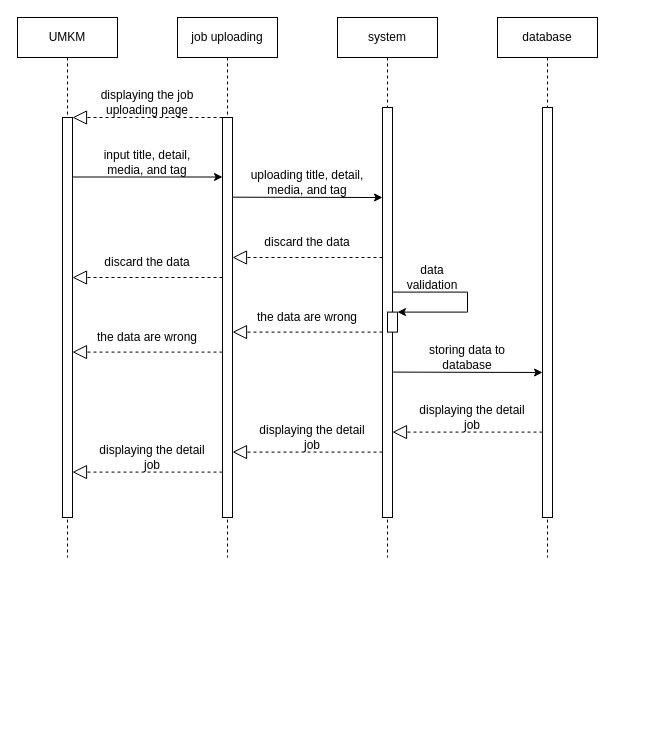
This is page "UML (Sequence: Job Uploading)" (1 of 7) of uml-diagram.drawio from isalzufari/sayembaara, a draw.io file, before an edit. Source tidied: cells renumbered, new cells numbered last; positions are measured from the earlier drawing's top-left corner, leaving out a move shared by most shapes. Both pictures are drawn from the tidied source at 100%, with x=0, y=0 at pixel (17, 17).
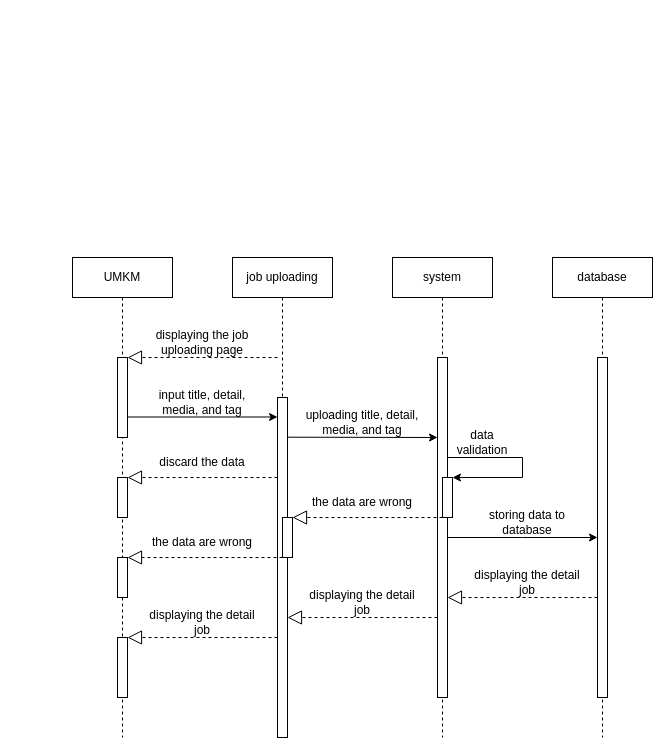
Above is the later version.

What changed in the source:
```diff
@@
     <mxCell id="2" value="system" style="shape=umlLifeline;perimeter=lifelinePerimeter;whiteSpace=wrap;html=1;newEdgeStyle={&quot;edgeStyle&quot;:&quot;elbowEdgeStyle&quot;,&quot;elbow&quot;:&quot;vertical&quot;,&quot;curved&quot;:0,&quot;rounded&quot;:0};" parent="1" vertex="1">
-      <mxGeometry x="320" width="100" height="540" as="geometry" />
+      <mxGeometry x="375" y="240" width="100" height="480" as="geometry" />
     </mxCell>
     <mxCell id="3" value="job uploading" style="shape=umlLifeline;perimeter=lifelinePerimeter;whiteSpace=wrap;html=1;newEdgeStyle={&quot;edgeStyle&quot;:&quot;elbowEdgeStyle&quot;,&quot;elbow&quot;:&quot;vertical&quot;,&quot;curved&quot;:0,&quot;rounded&quot;:0};" parent="1" vertex="1">
-      <mxGeometry x="160" width="100" height="540" as="geometry" />
+      <mxGeometry x="215" y="240" width="100" height="480" as="geometry" />
     </mxCell>
+    <mxCell id="35" style="html=1;perimeter=orthogonalPerimeter;targetShapes=umlLifeline;newEdgeStyle={&quot;edgeStyle&quot;:&quot;elbowEdgeStyle&quot;,&quot;elbow&quot;:&quot;vertical&quot;,&quot;curved&quot;:0,&quot;rounded&quot;:0};" parent="3" vertex="1">
+      <mxGeometry x="45" y="140" width="10" height="340" as="geometry" />
+    </mxCell>
+    <mxCell id="36" style="html=1;points=[];perimeter=orthogonalPerimeter;outlineConnect=0;targetShapes=umlLifeline;portConstraint=eastwest;newEdgeStyle={&quot;edgeStyle&quot;:&quot;elbowEdgeStyle&quot;,&quot;elbow&quot;:&quot;vertical&quot;,&quot;curved&quot;:0,&quot;rounded&quot;:0};" parent="3" vertex="1">
+      <mxGeometry x="50" y="260" width="10" height="40" as="geometry" />
+    </mxCell>
     <mxCell id="4" value="database" style="shape=umlLifeline;perimeter=lifelinePerimeter;whiteSpace=wrap;html=1;newEdgeStyle={&quot;edgeStyle&quot;:&quot;elbowEdgeStyle&quot;,&quot;elbow&quot;:&quot;vertical&quot;,&quot;curved&quot;:0,&quot;rounded&quot;:0};" parent="1" vertex="1">
-      <mxGeometry x="480" width="100" height="540" as="geometry" />
+      <mxGeometry x="535" y="240" width="100" height="480" as="geometry" />
     </mxCell>
     <mxCell id="5" value="displaying the job uploading page" style="text;html=1;strokeColor=none;fillColor=none;align=center;verticalAlign=middle;whiteSpace=wrap;rounded=0;" parent="1" vertex="1">
-      <mxGeometry x="70" y="70" width="120" height="30" as="geometry" />
+      <mxGeometry x="125" y="310" width="120" height="30" as="geometry" />
     </mxCell>
     <mxCell id="6" value="UMKM" style="shape=umlLifeline;perimeter=lifelinePerimeter;whiteSpace=wrap;html=1;newEdgeStyle={&quot;edgeStyle&quot;:&quot;elbowEdgeStyle&quot;,&quot;elbow&quot;:&quot;vertical&quot;,&quot;curved&quot;:0,&quot;rounded&quot;:0};" parent="1" vertex="1">
-      <mxGeometry width="100" height="540" as="geometry" />
+      <mxGeometry x="55" y="240" width="100" height="480" as="geometry" />
     </mxCell>
-    <mxCell id="7" style="html=1;perimeter=orthogonalPerimeter;targetShapes=umlLifeline;newEdgeStyle={&quot;edgeStyle&quot;:&quot;elbowEdgeStyle&quot;,&quot;elbow&quot;:&quot;vertical&quot;,&quot;curved&quot;:0,&quot;rounded&quot;:0};" parent="6" vertex="1">
-      <mxGeometry x="45" y="100" width="10" height="400" as="geometry" />
-    </mxCell>
     <mxCell id="8" style="endArrow=classic;html=1;rounded=0;" parent="1" edge="1">
       <mxGeometry relative="1" as="geometry">
-        <mxPoint x="55" y="159.5" as="sourcePoint" />
-        <mxPoint x="205" y="159.5" as="targetPoint" />
+        <mxPoint x="110" y="399.5" as="sourcePoint" />
+        <mxPoint x="260" y="399.5" as="targetPoint" />
       </mxGeometry>
     </mxCell>
     <mxCell id="9" value="input title, detail, media, and tag" style="text;html=1;strokeColor=none;fillColor=none;align=center;verticalAlign=middle;whiteSpace=wrap;rounded=0;" parent="1" vertex="1">
-      <mxGeometry x="70" y="129.5" width="120" height="30" as="geometry" />
+      <mxGeometry x="125" y="369.5" width="120" height="30" as="geometry" />
     </mxCell>
     <mxCell id="10" value="uploading title, detail, media, and tag" style="text;html=1;strokeColor=none;fillColor=none;align=center;verticalAlign=middle;whiteSpace=wrap;rounded=0;" parent="1" vertex="1">
-      <mxGeometry x="230" y="149.7" width="120" height="30" as="geometry" />
+      <mxGeometry x="285" y="389.7" width="120" height="30" as="geometry" />
     </mxCell>
     <mxCell id="11" style="edgeStyle=elbowEdgeStyle;rounded=0;orthogonalLoop=1;jettySize=auto;html=1;elbow=vertical;curved=0;" parent="1" edge="1">
       <mxGeometry relative="1" as="geometry">
-        <mxPoint x="215" y="179.7" as="sourcePoint" />
-        <mxPoint x="365" y="179.7" as="targetPoint" />
+        <mxPoint x="270" y="419.7" as="sourcePoint" />
+        <mxPoint x="420" y="419.7" as="targetPoint" />
       </mxGeometry>
     </mxCell>
     <mxCell id="12" style="html=1;perimeter=orthogonalPerimeter;targetShapes=umlLifeline;newEdgeStyle={&quot;edgeStyle&quot;:&quot;elbowEdgeStyle&quot;,&quot;elbow&quot;:&quot;vertical&quot;,&quot;curved&quot;:0,&quot;rounded&quot;:0};" parent="1" vertex="1">
-      <mxGeometry x="365" y="90" width="10" height="410" as="geometry" />
+      <mxGeometry x="420" y="340" width="10" height="340" as="geometry" />
     </mxCell>
-    <mxCell id="13" style="html=1;perimeter=orthogonalPerimeter;targetShapes=umlLifeline;newEdgeStyle={&quot;edgeStyle&quot;:&quot;elbowEdgeStyle&quot;,&quot;elbow&quot;:&quot;vertical&quot;,&quot;curved&quot;:0,&quot;rounded&quot;:0};" parent="1" vertex="1">
-      <mxGeometry x="205" y="100" width="10" height="400" as="geometry" />
-    </mxCell>
     <mxCell id="14" style="html=1;points=[];perimeter=orthogonalPerimeter;outlineConnect=0;targetShapes=umlLifeline;portConstraint=eastwest;newEdgeStyle={&quot;edgeStyle&quot;:&quot;elbowEdgeStyle&quot;,&quot;elbow&quot;:&quot;vertical&quot;,&quot;curved&quot;:0,&quot;rounded&quot;:0};" parent="1" vertex="1">
-      <mxGeometry x="370" y="294.6" width="10" height="20" as="geometry" />
+      <mxGeometry x="425" y="460" width="10" height="40" as="geometry" />
     </mxCell>
-    <mxCell id="15" style="edgeStyle=orthogonalEdgeStyle;rounded=0;jettySize=auto;html=1;elbow=vertical;" parent="1" edge="1" target="14">
-      <mxGeometry relative="1" as="geometry">
-        <mxPoint x="375" y="254.5" as="sourcePoint" />
-        <Array as="points">
-          <mxPoint x="375" y="274.6" />
-          <mxPoint x="450" y="274.6" />
-          <mxPoint x="450" y="294.6" />
-        </Array>
-      </mxGeometry>
-    </mxCell>
     <mxCell id="16" style="html=1;perimeter=orthogonalPerimeter;targetShapes=umlLifeline;newEdgeStyle={&quot;edgeStyle&quot;:&quot;elbowEdgeStyle&quot;,&quot;elbow&quot;:&quot;vertical&quot;,&quot;curved&quot;:0,&quot;rounded&quot;:0};" parent="1" vertex="1">
-      <mxGeometry x="525" y="90" width="10" height="410" as="geometry" />
+      <mxGeometry x="580" y="340" width="10" height="340" as="geometry" />
     </mxCell>
     <mxCell id="17" value="data validation" style="text;html=1;strokeColor=none;fillColor=none;align=center;verticalAlign=middle;whiteSpace=wrap;rounded=0;" parent="1" vertex="1">
-      <mxGeometry x="385" y="244.6" width="60" height="30" as="geometry" />
+      <mxGeometry x="435" y="410" width="60" height="30" as="geometry" />
     </mxCell>
     <mxCell id="18" value="the data are wrong" style="text;html=1;strokeColor=none;fillColor=none;align=center;verticalAlign=middle;whiteSpace=wrap;rounded=0;" parent="1" vertex="1">
-      <mxGeometry x="70" y="304.6" width="120" height="30" as="geometry" />
+      <mxGeometry x="125" y="510" width="120" height="30" as="geometry" />
     </mxCell>
     <mxCell id="19" style="edgeStyle=elbowEdgeStyle;rounded=0;orthogonalLoop=1;jettySize=auto;html=1;elbow=vertical;curved=0;" parent="1" edge="1">
       <mxGeometry relative="1" as="geometry">
-        <mxPoint x="375" y="354.6" as="sourcePoint" />
-        <mxPoint x="525" y="354.6" as="targetPoint" />
+        <mxPoint x="430" y="520" as="sourcePoint" />
+        <mxPoint x="580" y="520" as="targetPoint" />
       </mxGeometry>
     </mxCell>
     <mxCell id="20" value="storing data to database" style="text;html=1;strokeColor=none;fillColor=none;align=center;verticalAlign=middle;whiteSpace=wrap;rounded=0;" parent="1" vertex="1">
-      <mxGeometry x="390" y="324.6" width="120" height="30" as="geometry" />
+      <mxGeometry x="450" y="490" width="120" height="30" as="geometry" />
     </mxCell>
     <mxCell id="21" style="endArrow=block;dashed=1;endFill=0;endSize=12;html=1;rounded=0;" parent="1" edge="1">
       <mxGeometry relative="1" as="geometry">
-        <mxPoint x="205" y="100" as="sourcePoint" />
-        <mxPoint x="55" y="100" as="targetPoint" />
+        <mxPoint x="260" y="340" as="sourcePoint" />
+        <mxPoint x="110" y="340" as="targetPoint" />
       </mxGeometry>
     </mxCell>
-    <mxCell id="22" style="endArrow=block;dashed=1;endFill=0;endSize=12;html=1;rounded=0;" parent="1" edge="1">
+    <mxCell id="22" style="endArrow=block;dashed=1;endFill=0;endSize=12;html=1;rounded=0;" parent="1" edge="1" source="36">
       <mxGeometry relative="1" as="geometry">
-        <mxPoint x="205" y="334.6" as="sourcePoint" />
-        <mxPoint x="55" y="334.6" as="targetPoint" />
+        <mxPoint x="110" y="540" as="targetPoint" />
       </mxGeometry>
     </mxCell>
-    <mxCell id="23" style="endArrow=block;dashed=1;endFill=0;endSize=12;html=1;rounded=0;" parent="1" edge="1">
+    <mxCell id="23" style="endArrow=block;dashed=1;endFill=0;endSize=12;html=1;rounded=0;" parent="1" edge="1" source="14">
       <mxGeometry relative="1" as="geometry">
-        <mxPoint x="365" y="314.6" as="sourcePoint" />
-        <mxPoint x="215" y="314.6" as="targetPoint" />
+        <mxPoint x="275" y="500" as="targetPoint" />
       </mxGeometry>
     </mxCell>
     <mxCell id="24" value="displaying the detail job " style="text;html=1;strokeColor=none;fillColor=none;align=center;verticalAlign=middle;whiteSpace=wrap;rounded=0;" parent="1" vertex="1">
-      <mxGeometry x="395" y="384.6" width="120" height="30" as="geometry" />
+      <mxGeometry x="450" y="550" width="120" height="30" as="geometry" />
     </mxCell>
     <mxCell id="25" style="endArrow=block;dashed=1;endFill=0;endSize=12;html=1;rounded=0;" parent="1" edge="1">
       <mxGeometry relative="1" as="geometry">
-        <mxPoint x="525" y="414.6" as="sourcePoint" />
-        <mxPoint x="375" y="414.6" as="targetPoint" />
+        <mxPoint x="580" y="580" as="sourcePoint" />
+        <mxPoint x="430" y="580" as="targetPoint" />
       </mxGeometry>
     </mxCell>
     <mxCell id="26" value="the data are wrong" style="text;html=1;strokeColor=none;fillColor=none;align=center;verticalAlign=middle;whiteSpace=wrap;rounded=0;" parent="1" vertex="1">
-      <mxGeometry x="230" y="284.6" width="120" height="30" as="geometry" />
+      <mxGeometry x="285" y="470" width="120" height="30" as="geometry" />
     </mxCell>
     <mxCell id="27" value="displaying the detail job " style="text;html=1;strokeColor=none;fillColor=none;align=center;verticalAlign=middle;whiteSpace=wrap;rounded=0;" parent="1" vertex="1">
-      <mxGeometry x="235" y="404.6" width="120" height="30" as="geometry" />
+      <mxGeometry x="285" y="570" width="120" height="30" as="geometry" />
     </mxCell>
     <mxCell id="28" style="endArrow=block;dashed=1;endFill=0;endSize=12;html=1;rounded=0;" parent="1" edge="1">
       <mxGeometry relative="1" as="geometry">
-        <mxPoint x="365" y="434.6" as="sourcePoint" />
-        <mxPoint x="215" y="434.6" as="targetPoint" />
+        <mxPoint x="420" y="600" as="sourcePoint" />
+        <mxPoint x="270" y="600" as="targetPoint" />
       </mxGeometry>
     </mxCell>
     <mxCell id="29" value="displaying the detail job " style="text;html=1;strokeColor=none;fillColor=none;align=center;verticalAlign=middle;whiteSpace=wrap;rounded=0;" parent="1" vertex="1">
-      <mxGeometry x="75" y="424.6" width="120" height="30" as="geometry" />
+      <mxGeometry x="125" y="590" width="120" height="30" as="geometry" />
     </mxCell>
     <mxCell id="30" style="endArrow=block;dashed=1;endFill=0;endSize=12;html=1;rounded=0;" parent="1" edge="1">
       <mxGeometry relative="1" as="geometry">
-        <mxPoint x="205" y="454.6" as="sourcePoint" />
-        <mxPoint x="55" y="454.6" as="targetPoint" />
+        <mxPoint x="260" y="620" as="sourcePoint" />
+        <mxPoint x="110" y="620" as="targetPoint" />
       </mxGeometry>
     </mxCell>
     <mxCell id="31" value="discard the data" style="text;html=1;strokeColor=none;fillColor=none;align=center;verticalAlign=middle;whiteSpace=wrap;rounded=0;" parent="1" vertex="1">
-      <mxGeometry x="70" y="230" width="120" height="30" as="geometry" />
+      <mxGeometry x="125" y="430" width="120" height="30" as="geometry" />
     </mxCell>
     <mxCell id="32" style="endArrow=block;dashed=1;endFill=0;endSize=12;html=1;rounded=0;" parent="1" edge="1">
       <mxGeometry relative="1" as="geometry">
-        <mxPoint x="205" y="260" as="sourcePoint" />
-        <mxPoint x="55" y="260" as="targetPoint" />
+        <mxPoint x="260" y="460" as="sourcePoint" />
+        <mxPoint x="110" y="460" as="targetPoint" />
       </mxGeometry>
     </mxCell>
-    <mxCell id="33" style="endArrow=block;dashed=1;endFill=0;endSize=12;html=1;rounded=0;" parent="1" edge="1">
-      <mxGeometry relative="1" as="geometry">
-        <mxPoint x="365" y="240" as="sourcePoint" />
-        <mxPoint x="215" y="240" as="targetPoint" />
-      </mxGeometry>
-    </mxCell>
-    <mxCell id="34" value="discard the data" style="text;html=1;strokeColor=none;fillColor=none;align=center;verticalAlign=middle;whiteSpace=wrap;rounded=0;" parent="1" vertex="1">
-      <mxGeometry x="230" y="210" width="120" height="30" as="geometry" />
-    </mxCell>
+    <mxCell id="7" style="html=1;perimeter=orthogonalPerimeter;targetShapes=umlLifeline;newEdgeStyle={&quot;edgeStyle&quot;:&quot;elbowEdgeStyle&quot;,&quot;elbow&quot;:&quot;vertical&quot;,&quot;curved&quot;:0,&quot;rounded&quot;:0};" parent="1" vertex="1">
+      <mxGeometry x="100" y="340" width="10" height="80" as="geometry" />
+    </mxCell>
+    <mxCell id="37" style="html=1;perimeter=orthogonalPerimeter;targetShapes=umlLifeline;newEdgeStyle={&quot;edgeStyle&quot;:&quot;elbowEdgeStyle&quot;,&quot;elbow&quot;:&quot;vertical&quot;,&quot;curved&quot;:0,&quot;rounded&quot;:0};" parent="1" vertex="1">
+      <mxGeometry x="100" y="460" width="10" height="40" as="geometry" />
+    </mxCell>
+    <mxCell id="38" style="html=1;perimeter=orthogonalPerimeter;targetShapes=umlLifeline;newEdgeStyle={&quot;edgeStyle&quot;:&quot;elbowEdgeStyle&quot;,&quot;elbow&quot;:&quot;vertical&quot;,&quot;curved&quot;:0,&quot;rounded&quot;:0};" parent="1" vertex="1">
+      <mxGeometry x="100" y="540" width="10" height="40" as="geometry" />
+    </mxCell>
+    <mxCell id="39" style="html=1;perimeter=orthogonalPerimeter;targetShapes=umlLifeline;newEdgeStyle={&quot;edgeStyle&quot;:&quot;elbowEdgeStyle&quot;,&quot;elbow&quot;:&quot;vertical&quot;,&quot;curved&quot;:0,&quot;rounded&quot;:0};" parent="1" vertex="1">
+      <mxGeometry x="100" y="620" width="10" height="60" as="geometry" />
+    </mxCell>
+    <mxCell id="40" style="edgeStyle=orthogonalEdgeStyle;rounded=0;orthogonalLoop=1;jettySize=auto;html=1;elbow=vertical;" parent="1" edge="1">
+      <mxGeometry relative="1" as="geometry">
+        <mxPoint x="430" y="440" as="sourcePoint" />
+        <mxPoint x="435" y="460" as="targetPoint" />
+        <Array as="points">
+          <mxPoint x="505" y="440" />
+          <mxPoint x="505" y="460" />
+        </Array>
+      </mxGeometry>
+    </mxCell>
```
